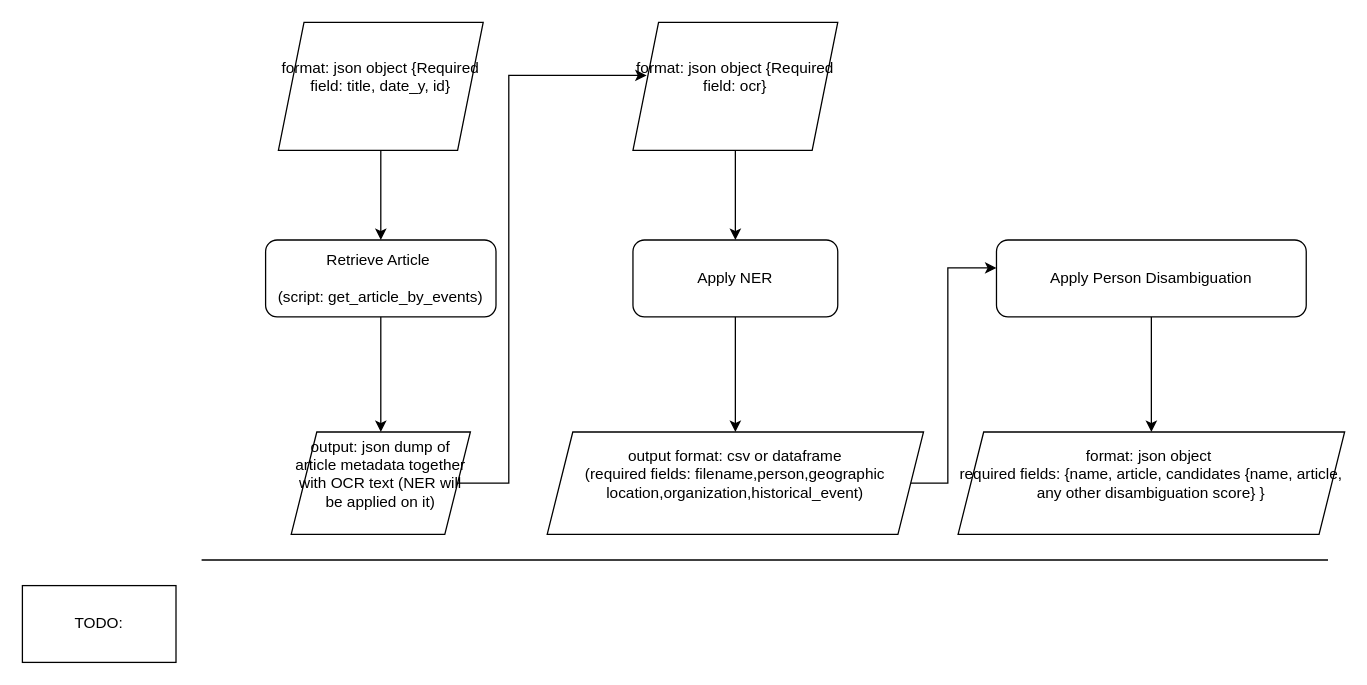
Shoilee/linking_delpher keeps this draw.io diagram as workflowDiagram.drawio. Above is the earlier version. Source tidied: cells renumbered, new cells numbered last; positions are measured from the earlier drawing's top-left corner, leaving out a move shared by most shapes. Both pictures are drawn from the tidied source at 128%, with x=0, y=0 at pixel (22, 22).
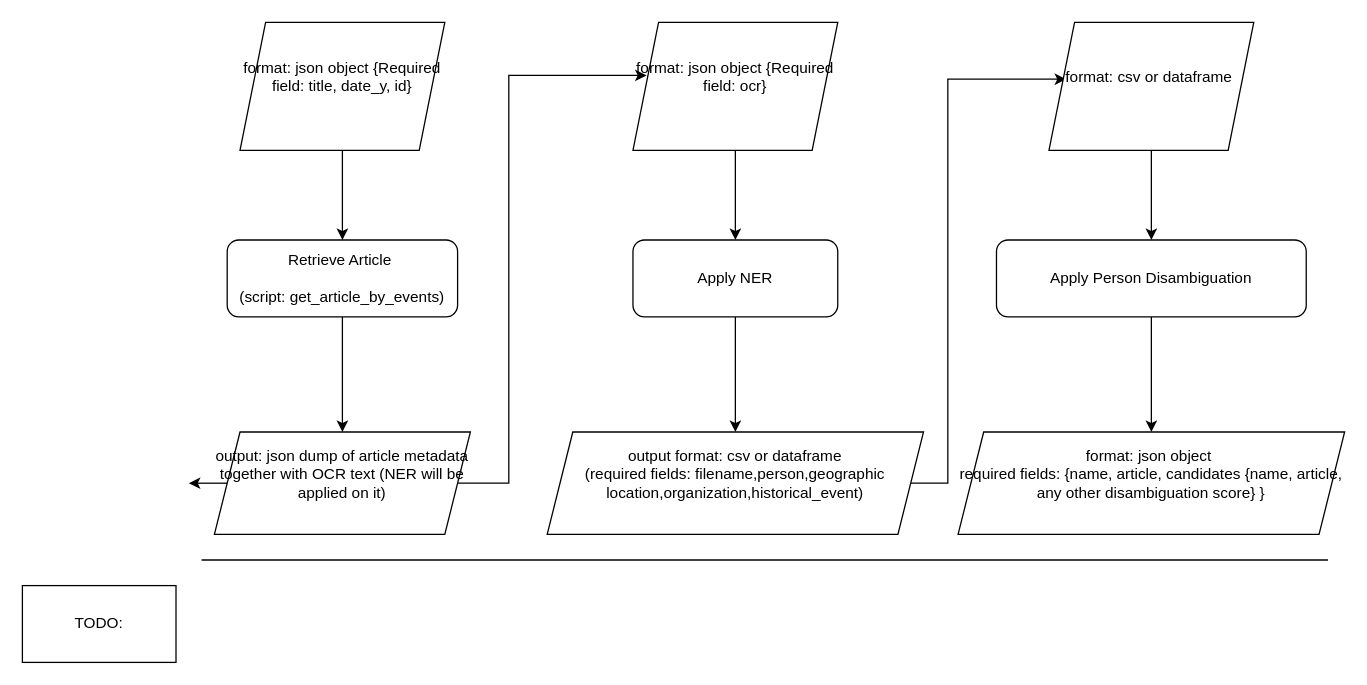
The same page after the edit.

Unchanged cells that the change refers to:
```xml
<mxCell id="7" value="Apply Person Disambiguation" style="rounded=1;whiteSpace=wrap;html=1;" parent="1" vertex="1">
  <mxGeometry x="761" y="170" width="242" height="60" as="geometry" />
</mxCell>
<mxCell id="16" value="output format: csv or dataframe&lt;br&gt;(required fields: filename,person,geographic location,organization,historical_event)&lt;br&gt;&lt;div&gt;&lt;br&gt;&lt;/div&gt;" style="shape=parallelogram;perimeter=parallelogramPerimeter;whiteSpace=wrap;html=1;shapeInside=1;fixedSize=1;" parent="1" vertex="1">
  <mxGeometry x="410" y="320" width="294" height="80" as="geometry" />
</mxCell>
```

Change to the diagram source:
```diff
@@
     <mxCell id="3" value="Retrieve Article&amp;nbsp;&lt;br&gt;&lt;br&gt;&lt;div&gt;(script: get_article_by_events)&lt;/div&gt;" style="rounded=1;whiteSpace=wrap;html=1;" parent="1" vertex="1">
-      <mxGeometry x="190" y="170" width="180" height="60" as="geometry" />
+      <mxGeometry x="160" y="170" width="180" height="60" as="geometry" />
     </mxCell>
@@
     <mxCell id="9" value="format: json object {Required field: title, date_y, id&lt;span style=&quot;background-color: transparent; color: light-dark(rgb(0, 0, 0), rgb(255, 255, 255));&quot;&gt;}&lt;/span&gt;&lt;div&gt;&lt;br&gt;&lt;/div&gt;" style="shape=parallelogram;perimeter=parallelogramPerimeter;whiteSpace=wrap;html=1;shapeInside=1;fixedSize=1;" parent="1" vertex="1">
-      <mxGeometry x="200" width="160" height="100" as="geometry" />
+      <mxGeometry x="170" width="160" height="100" as="geometry" />
     </mxCell>
@@
+    <mxCell id="19" style="edgeStyle=orthogonalEdgeStyle;rounded=0;jettySize=auto;html=1;" parent="1" edge="1" source="12">
+      <mxGeometry relative="1" as="geometry">
+        <mxPoint x="130" y="360" as="targetPoint" />
+      </mxGeometry>
+    </mxCell>
     <mxCell id="12" value="output: json dump of article metadata together with OCR text (NER will be applied on it)&lt;div&gt;&lt;br/&gt;&lt;/div&gt;" style="shape=parallelogram;perimeter=parallelogramPerimeter;whiteSpace=wrap;html=1;shapeInside=1;fixedSize=1;" parent="1" vertex="1">
-      <mxGeometry x="210" y="320" width="140" height="80" as="geometry" />
+      <mxGeometry x="150" y="320" width="200" height="80" as="geometry" />
     </mxCell>
@@
-    <mxCell id="18" style="edgeStyle=orthogonalEdgeStyle;rounded=0;jettySize=auto;html=1;entryX=0;entryY=0.364;entryDx=0;entryDy=0;entryPerimeter=0;" parent="1" edge="1" source="16" target="7">
+    <mxCell id="18" style="edgeStyle=orthogonalEdgeStyle;rounded=0;jettySize=auto;html=1;entryX=0.084;entryY=0.444;entryDx=0;entryDy=0;entryPerimeter=0;" parent="1" edge="1" source="16" target="20">
       <mxGeometry relative="1" as="geometry">
         <Array as="points">
           <mxPoint x="723" y="360" />
-          <mxPoint x="723" y="191.8" />
+          <mxPoint x="723" y="44.4" />
         </Array>
       </mxGeometry>
     </mxCell>
+    <mxCell id="20" value="format: csv or dataframe&amp;nbsp;&lt;div&gt;&lt;br&gt;&lt;/div&gt;" style="shape=parallelogram;perimeter=parallelogramPerimeter;whiteSpace=wrap;html=1;shapeInside=1;fixedSize=1;" parent="1" vertex="1">
+      <mxGeometry x="802" width="160" height="100" as="geometry" />
+    </mxCell>
+    <mxCell id="21" style="edgeStyle=orthogonalEdgeStyle;rounded=0;jettySize=auto;html=1;entryX=0.5;entryY=0;entryDx=0;entryDy=0;" parent="1" edge="1" source="20" target="7">
+      <mxGeometry relative="1" as="geometry" />
+    </mxCell>
```
